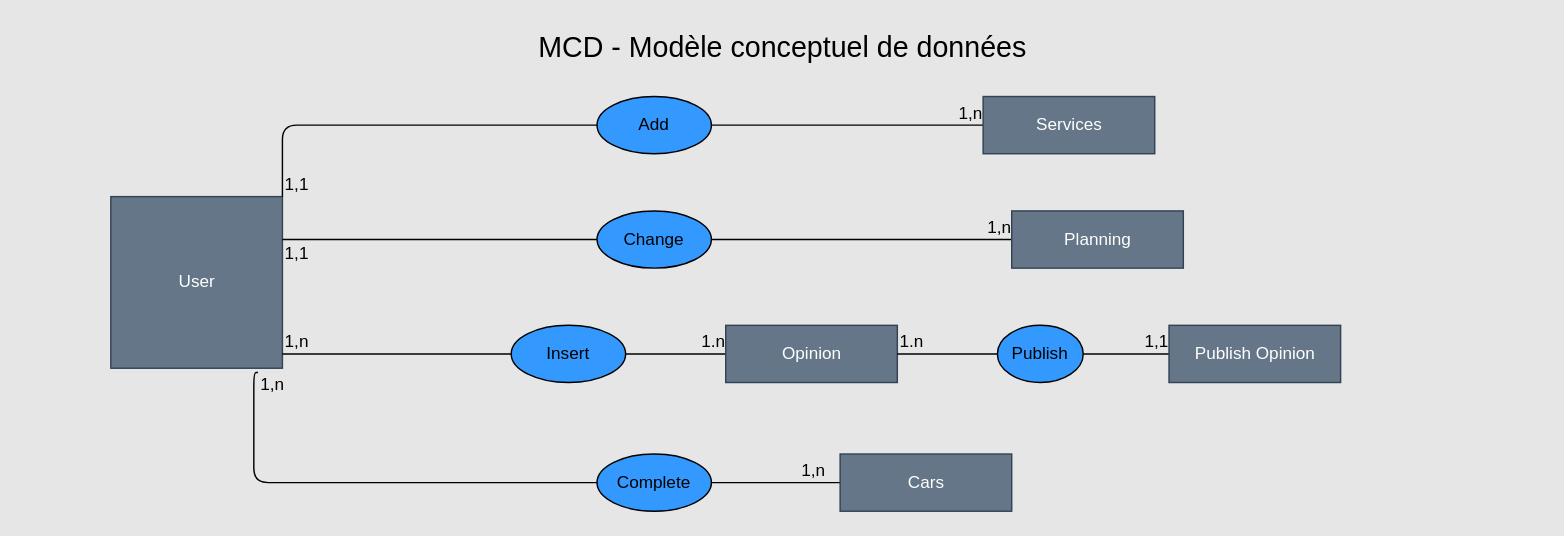
Before: Diagrammes/MCD.drawio in Neeruam244/garageparrot, a draw.io diagram. Source tidied: cells renumbered, new cells numbered last; positions are measured from the earlier drawing's top-left corner, leaving out a move shared by most shapes. Both pictures are drawn from the tidied source at 143%, with x=0, y=0 at pixel (24, 24).
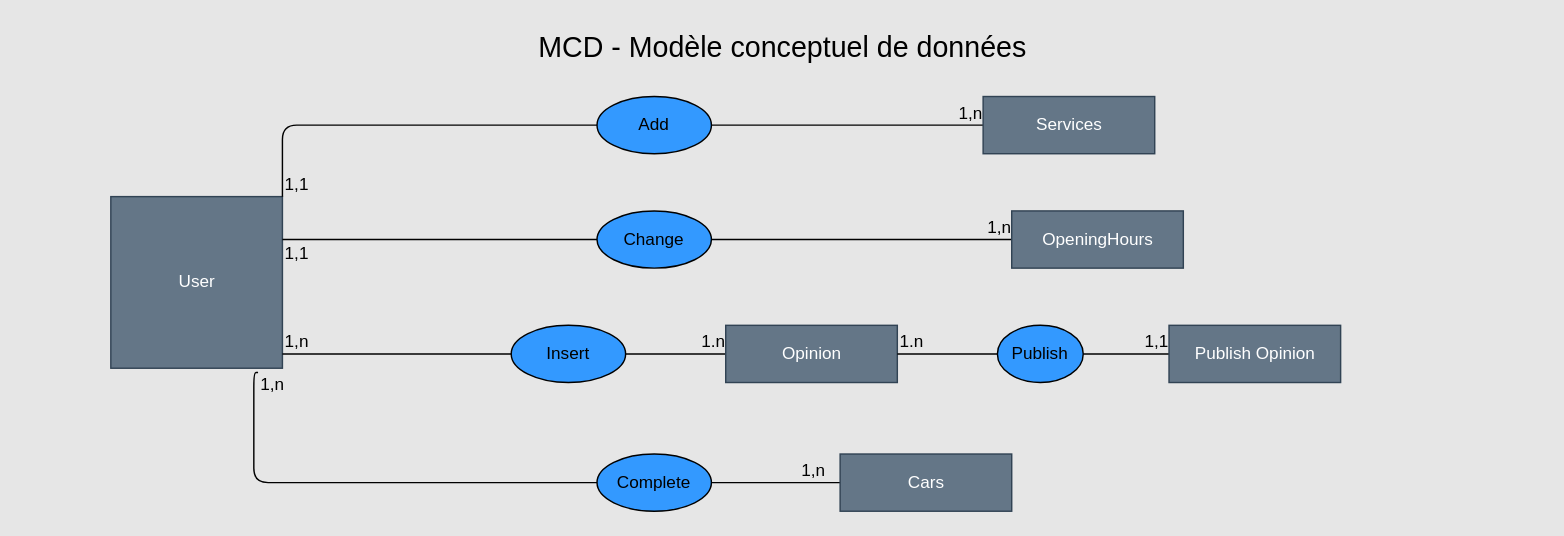
The same page after the edit.

What changed in the source:
```diff
@@
-    <mxCell id="15" value="Planning" style="html=1;labelBackgroundColor=none;fontColor=#ffffff;fillColor=#647687;strokeColor=#314354;" parent="1" vertex="1">
+    <mxCell id="15" value="OpeningHours" style="html=1;labelBackgroundColor=none;fontColor=#ffffff;fillColor=#647687;strokeColor=#314354;" parent="1" vertex="1">
       <mxGeometry x="690" y="130" width="120" height="40" as="geometry" />
     </mxCell>
```
